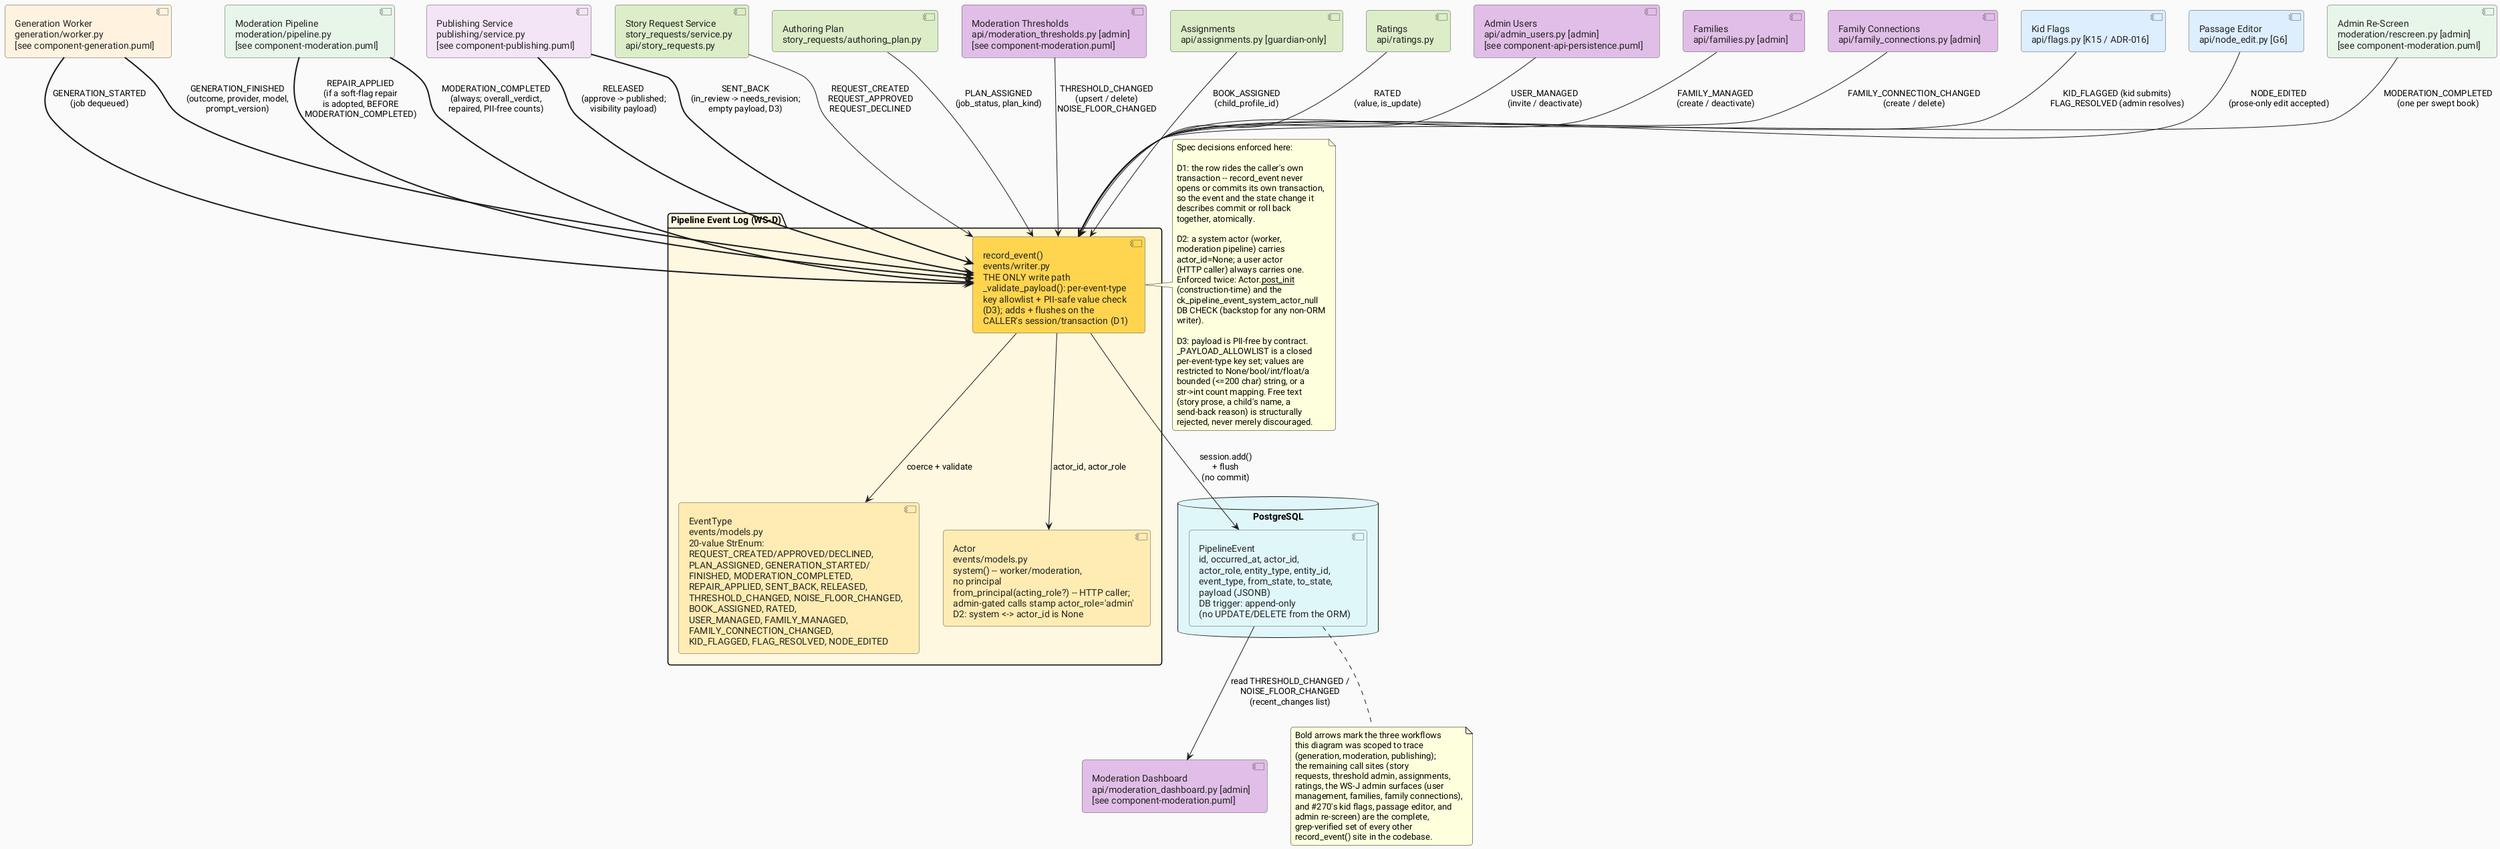
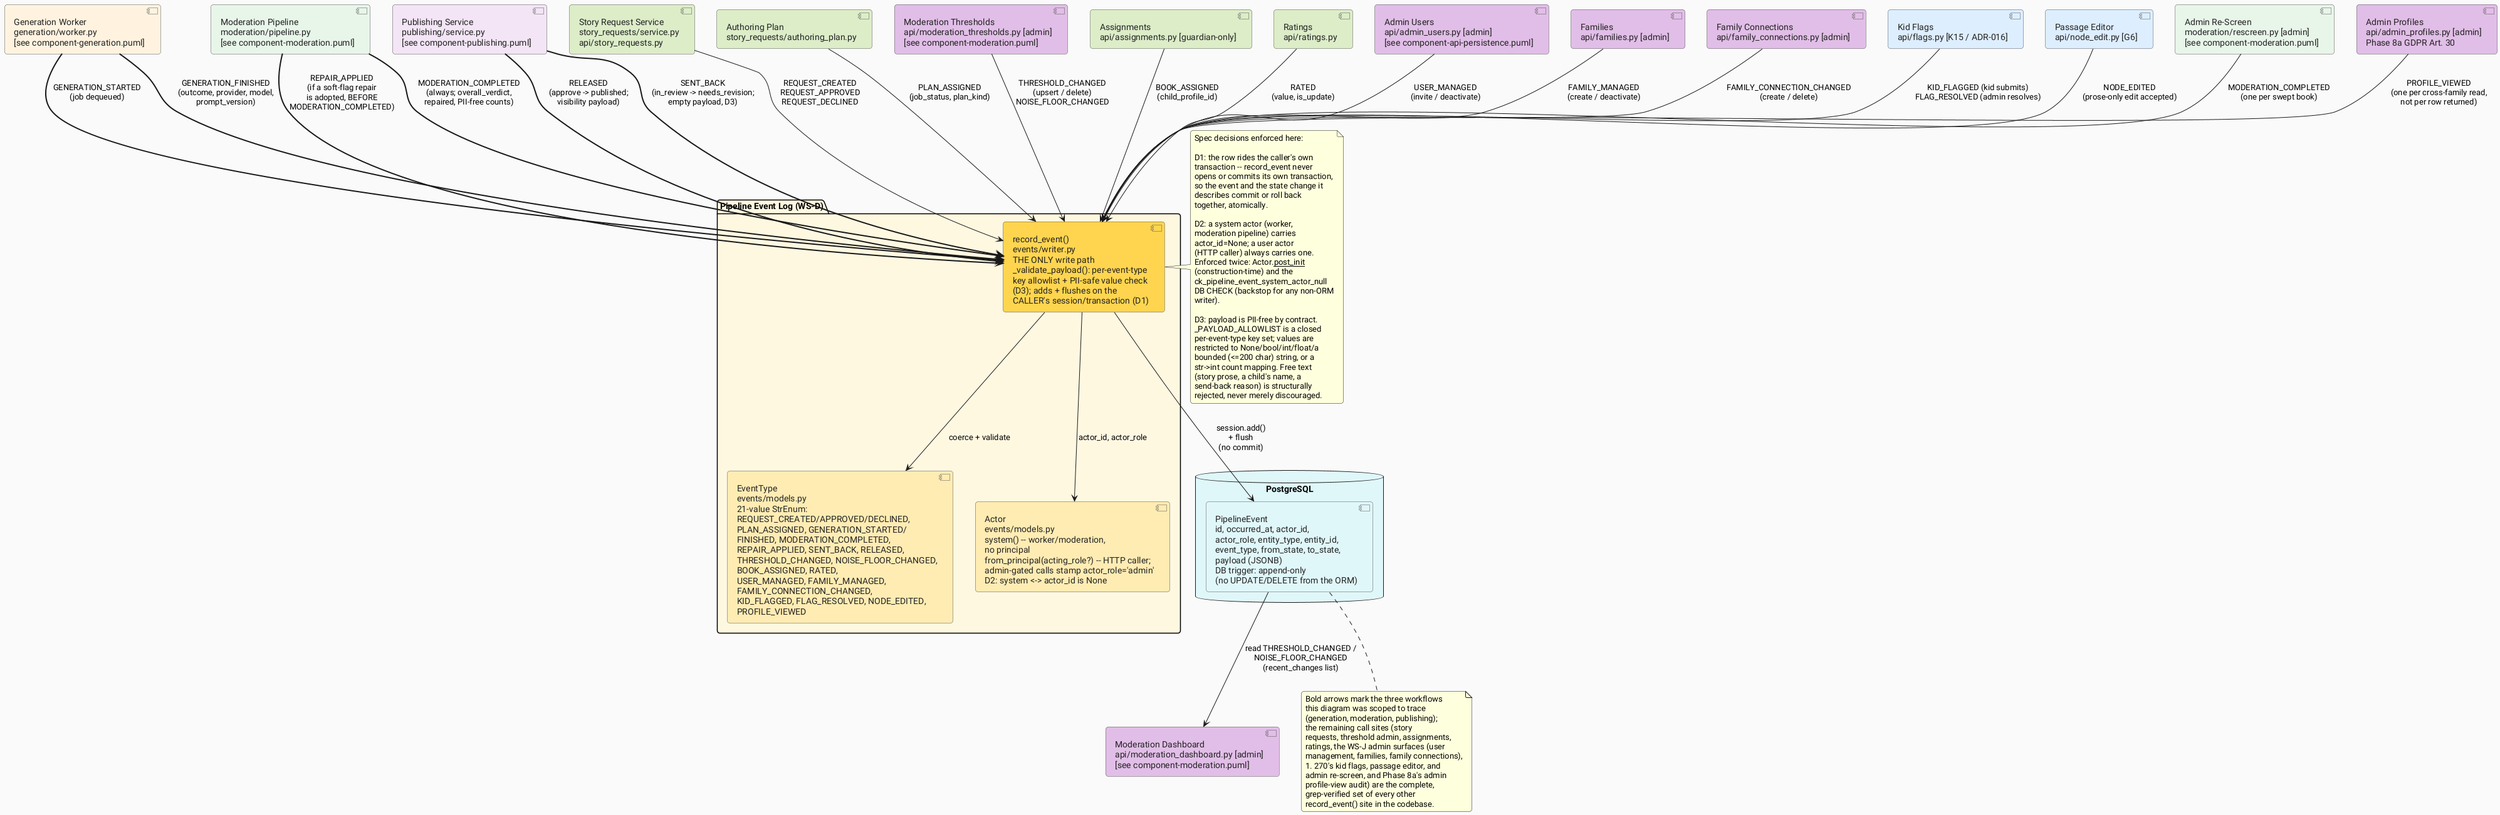
@startuml component-events
' ============================================================
' Component Diagram: Pipeline Event Log
' CYO Adventure
'
' Source files:
- '   src/cyo_adventure/events/models.py   (EventType: 20-value StrEnum;
+ '   src/cyo_adventure/events/models.py   (EventType: 21-value StrEnum;
'                                          Actor: system() / from_principal();
'                                          D2 invariant: system actor <-> no
'                                          user id, enforced at construction)
'   src/cyo_adventure/events/writer.py   (record_event(): the ONLY write path;
'                                          _PAYLOAD_ALLOWLIST per-event-type
'                                          key allowlist, PII-free contract D3;
'                                          adds to the caller's session and
'                                          flushes -- never commits its own
'                                          transaction, spec decision D1)
'   src/cyo_adventure/db/models.py       (PipelineEvent ORM table; DB trigger
'                                          enforces append-only, no UPDATE/
'                                          DELETE from the ORM)
'
'   Call sites (every record_event() invocation in the codebase, grep-verified):
'   src/cyo_adventure/generation/worker.py           (GENERATION_STARTED,
'                                                      GENERATION_FINISHED x2)
'   src/cyo_adventure/moderation/pipeline.py          (MODERATION_COMPLETED,
'                                                      REPAIR_APPLIED)
'   src/cyo_adventure/publishing/service.py           (RELEASED, SENT_BACK)
'   src/cyo_adventure/story_requests/service.py       (REQUEST_CREATED,
'                                                      REQUEST_APPROVED,
'                                                      REQUEST_DECLINED)
'   src/cyo_adventure/story_requests/authoring_plan.py (PLAN_ASSIGNED)
'   src/cyo_adventure/api/story_requests.py           (REQUEST_CREATED)
'   src/cyo_adventure/api/moderation_thresholds.py    (THRESHOLD_CHANGED x2,
'                                                      NOISE_FLOOR_CHANGED)
'   src/cyo_adventure/api/assignments.py              (BOOK_ASSIGNED)
'   src/cyo_adventure/api/ratings.py                  (RATED)
'   src/cyo_adventure/api/admin_users.py              (USER_MANAGED x2, WS-J)
'   src/cyo_adventure/api/families.py                 (FAMILY_MANAGED x2, WS-J)
'   src/cyo_adventure/api/family_connections.py       (FAMILY_CONNECTION_CHANGED x2, WS-J)
'   src/cyo_adventure/api/flags.py                    (KID_FLAGGED, FLAG_RESOLVED)
'   src/cyo_adventure/api/node_edit.py                (NODE_EDITED)
'   src/cyo_adventure/moderation/rescreen.py          (MODERATION_COMPLETED, per swept book)
+ '   src/cyo_adventure/api/admin_profiles.py           (PROFILE_VIEWED, Phase 8a
+ '                                                      GDPR Art. 30 accountability;
+ '                                                      the only READ this taxonomy audits)
'
'   Downstream reader:
'   src/cyo_adventure/api/moderation_dashboard.py     (admin dashboard reads
'                                                      THRESHOLD_CHANGED /
'                                                      NOISE_FLOOR_CHANGED rows)
'   docs/planning/story-lifecycle-redesign-plan.md (spec: "Event taxonomy",
'     decisions D1-D3, WS-D capture layer)
' ============================================================

skinparam defaultFontName "Roboto"
skinparam backgroundColor #FAFAFA
skinparam roundCorner 8
skinparam componentStyle uml2

skinparam component {
  BorderColor #555555
  FontColor #222222
}

package "Pipeline Event Log (WS-D)" #FFF8E1 {

-   component "EventType\nevents/models.py\n20-value StrEnum:\nREQUEST_CREATED/APPROVED/DECLINED,\nPLAN_ASSIGNED, GENERATION_STARTED/\nFINISHED, MODERATION_COMPLETED,\nREPAIR_APPLIED, SENT_BACK, RELEASED,\nTHRESHOLD_CHANGED, NOISE_FLOOR_CHANGED,\nBOOK_ASSIGNED, RATED,\nUSER_MANAGED, FAMILY_MANAGED,\nFAMILY_CONNECTION_CHANGED,\nKID_FLAGGED, FLAG_RESOLVED, NODE_EDITED" as event_type #FFECB3
+   component "EventType\nevents/models.py\n21-value StrEnum:\nREQUEST_CREATED/APPROVED/DECLINED,\nPLAN_ASSIGNED, GENERATION_STARTED/\nFINISHED, MODERATION_COMPLETED,\nREPAIR_APPLIED, SENT_BACK, RELEASED,\nTHRESHOLD_CHANGED, NOISE_FLOOR_CHANGED,\nBOOK_ASSIGNED, RATED,\nUSER_MANAGED, FAMILY_MANAGED,\nFAMILY_CONNECTION_CHANGED,\nKID_FLAGGED, FLAG_RESOLVED, NODE_EDITED,\nPROFILE_VIEWED" as event_type #FFECB3

  component "Actor\nevents/models.py\nsystem() -- worker/moderation,\nno principal\nfrom_principal(acting_role?) -- HTTP caller;\nadmin-gated calls stamp actor_role='admin'\nD2: system <-> actor_id is None" as actor #FFECB3

  component "record_event()\nevents/writer.py\nTHE ONLY write path\n_validate_payload(): per-event-type\nkey allowlist + PII-safe value check\n(D3); adds + flushes on the\nCALLER's session/transaction (D1)" as record_event #FFD54F

}

database "PostgreSQL" as pg #E0F7FA {
  component "PipelineEvent\nid, occurred_at, actor_id,\nactor_role, entity_type, entity_id,\nevent_type, from_state, to_state,\npayload (JSONB)\nDB trigger: append-only\n(no UPDATE/DELETE from the ORM)" as pipeline_event_table #E0F7FA
}

' --- Writers: generation workflow ---
component "Generation Worker\ngeneration/worker.py\n[see component-generation.puml]" as gen_worker #FFF3E0
gen_worker ==> record_event : "GENERATION_STARTED\n(job dequeued)"
gen_worker ==> record_event : "GENERATION_FINISHED\n(outcome, provider, model,\nprompt_version)"

' --- Writers: moderation workflow ---
component "Moderation Pipeline\nmoderation/pipeline.py\n[see component-moderation.puml]" as mod_pipeline #E8F5E9
mod_pipeline ==> record_event : "REPAIR_APPLIED\n(if a soft-flag repair\nis adopted, BEFORE\nMODERATION_COMPLETED)"
mod_pipeline ==> record_event : "MODERATION_COMPLETED\n(always; overall_verdict,\nrepaired, PII-free counts)"

' --- Writers: publishing workflow ---
component "Publishing Service\npublishing/service.py\n[see component-publishing.puml]" as pub_service #F3E5F5
pub_service ==> record_event : "RELEASED\n(approve -> published;\nvisibility payload)"
pub_service ==> record_event : "SENT_BACK\n(in_review -> needs_revision;\nempty payload, D3)"

' --- Writers: story-request lifecycle (not generation/moderation/publishing,
'     but every other actual call site, grep-verified) ---
component "Story Request Service\nstory_requests/service.py\napi/story_requests.py" as story_req #DCEDC8
story_req --> record_event : "REQUEST_CREATED\nREQUEST_APPROVED\nREQUEST_DECLINED"

component "Authoring Plan\nstory_requests/authoring_plan.py" as authoring_plan #DCEDC8
authoring_plan --> record_event : "PLAN_ASSIGNED\n(job_status, plan_kind)"

component "Moderation Thresholds\napi/moderation_thresholds.py [admin]\n[see component-moderation.puml]" as mod_thresholds #E1BEE7
mod_thresholds --> record_event : "THRESHOLD_CHANGED\n(upsert / delete)\nNOISE_FLOOR_CHANGED"

component "Assignments\napi/assignments.py [guardian-only]" as assignments #DCEDC8
assignments --> record_event : "BOOK_ASSIGNED\n(child_profile_id)"

component "Ratings\napi/ratings.py" as ratings #DCEDC8
ratings --> record_event : "RATED\n(value, is_update)"

' --- Writers: WS-J admin surfaces (user management, families, connections) ---
component "Admin Users\napi/admin_users.py [admin]\n[see component-api-persistence.puml]" as admin_users_ev #E1BEE7
admin_users_ev --> record_event : "USER_MANAGED\n(invite / deactivate)"

component "Families\napi/families.py [admin]" as families_ev #E1BEE7
families_ev --> record_event : "FAMILY_MANAGED\n(create / deactivate)"

component "Family Connections\napi/family_connections.py [admin]" as family_conn_ev #E1BEE7
family_conn_ev --> record_event : "FAMILY_CONNECTION_CHANGED\n(create / delete)"

' --- Writers: #270 kid flags, passage editor, admin re-screen ---
component "Kid Flags\napi/flags.py [K15 / ADR-016]" as flags_ev #DDEEFF
flags_ev --> record_event : "KID_FLAGGED (kid submits)\nFLAG_RESOLVED (admin resolves)"

component "Passage Editor\napi/node_edit.py [G6]" as node_edit_ev #DDEEFF
node_edit_ev --> record_event : "NODE_EDITED\n(prose-only edit accepted)"

component "Admin Re-Screen\nmoderation/rescreen.py [admin]\n[see component-moderation.puml]" as rescreen_ev #E8F5E9
rescreen_ev --> record_event : "MODERATION_COMPLETED\n(one per swept book)"

+ component "Admin Profiles\napi/admin_profiles.py [admin]\nPhase 8a GDPR Art. 30" as admin_profiles_ev #E1BEE7
+ admin_profiles_ev --> record_event : "PROFILE_VIEWED\n(one per cross-family read,\nnot per row returned)"
+ 
' --- Internal ---
record_event --> event_type : "coerce + validate"
record_event --> actor : "actor_id, actor_role"
record_event --> pipeline_event_table : "session.add()\n+ flush\n(no commit)"

' --- Downstream reader ---
component "Moderation Dashboard\napi/moderation_dashboard.py [admin]\n[see component-moderation.puml]" as mod_dashboard #E1BEE7
pipeline_event_table --> mod_dashboard : "read THRESHOLD_CHANGED /\nNOISE_FLOOR_CHANGED\n(recent_changes list)"

note right of record_event
  Spec decisions enforced here:

  D1: the row rides the caller's own
  transaction -- record_event never
  opens or commits its own transaction,
  so the event and the state change it
  describes commit or roll back
  together, atomically.

  D2: a system actor (worker,
  moderation pipeline) carries
  actor_id=None; a user actor
  (HTTP caller) always carries one.
  Enforced twice: Actor.__post_init__
  (construction-time) and the
  ck_pipeline_event_system_actor_null
  DB CHECK (backstop for any non-ORM
  writer).

  D3: payload is PII-free by contract.
  _PAYLOAD_ALLOWLIST is a closed
  per-event-type key set; values are
  restricted to None/bool/int/float/a
  bounded (<=200 char) string, or a
  str->int count mapping. Free text
  (story prose, a child's name, a
  send-back reason) is structurally
  rejected, never merely discouraged.
end note

note bottom of pipeline_event_table
  Bold arrows mark the three workflows
  this diagram was scoped to trace
  (generation, moderation, publishing);
  the remaining call sites (story
  requests, threshold admin, assignments,
  ratings, the WS-J admin surfaces (user
  management, families, family connections),
-   and #270's kid flags, passage editor, and
-   admin re-screen) are the complete,
+   #270's kid flags, passage editor, and
+   admin re-screen, and Phase 8a's admin
+   profile-view audit) are the complete,
  grep-verified set of every other
  record_event() site in the codebase.
end note

@enduml
